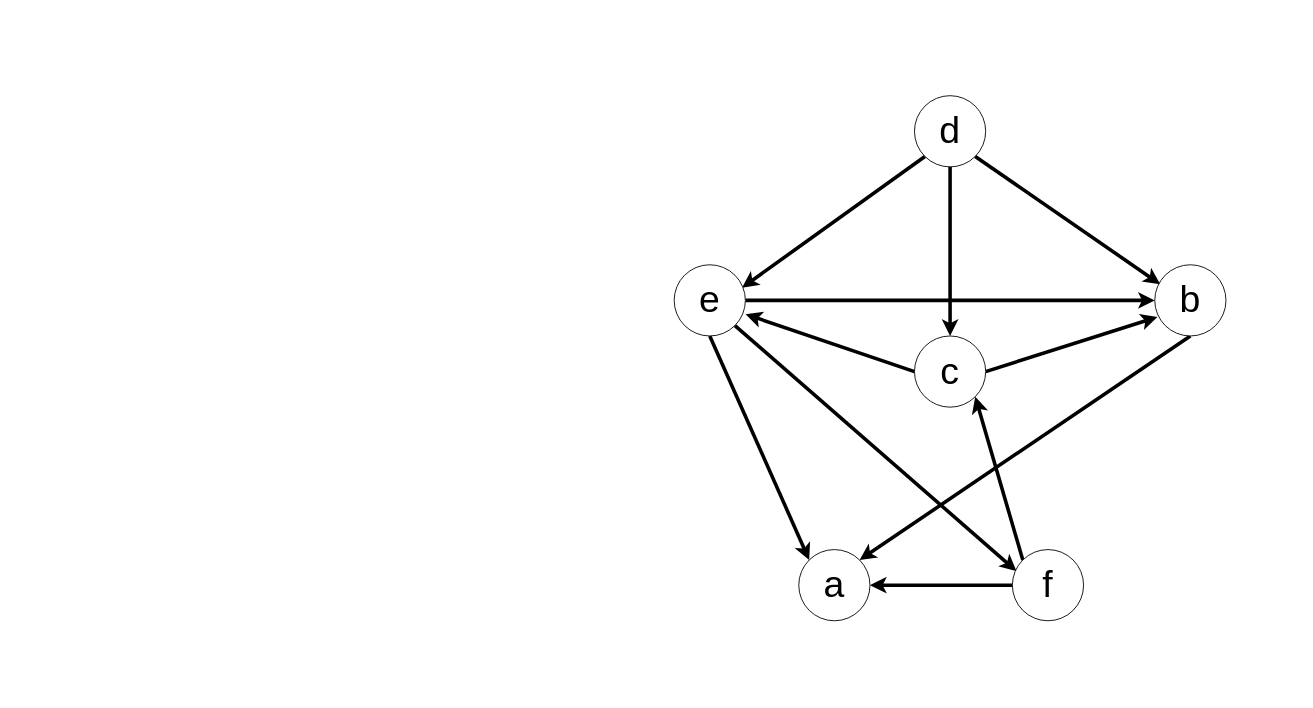
Poopaye-96/Visual_Content keeps this draw.io diagram as Untitled Diagram.drawio. Above is the earlier version. Source tidied: cells renumbered, new cells numbered last; positions are measured from the earlier drawing's top-left corner, leaving out a move shared by most shapes. Both pictures are drawn from the tidied source at 89%, with x=0, y=0 at pixel (674, 95).
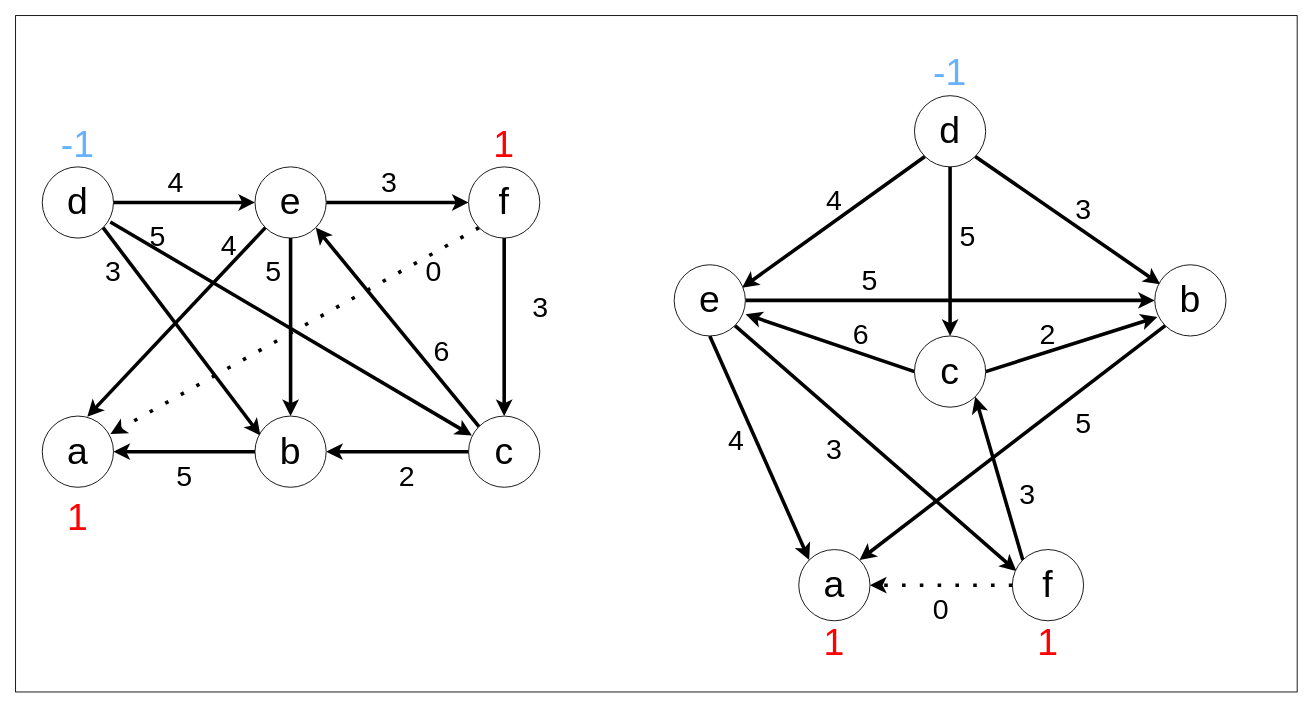
The same page after the edit.

The change refers to these unchanged cells:
```xml
<mxCell id="2" value="&lt;font style=&quot;font-size: 42px&quot;&gt;a&lt;/font&gt;" style="ellipse;whiteSpace=wrap;html=1;" parent="1" vertex="1">
  <mxGeometry x="140" y="510" width="80" height="80" as="geometry" />
</mxCell>
<mxCell id="15" value="&lt;span style=&quot;font-size: 42px&quot;&gt;f&lt;/span&gt;" style="ellipse;whiteSpace=wrap;html=1;" parent="1" vertex="1">
  <mxGeometry x="380" y="510" width="80" height="80" as="geometry" />
</mxCell>
<mxCell id="18" value="&lt;span style=&quot;font-size: 42px&quot;&gt;b&lt;/span&gt;" style="ellipse;whiteSpace=wrap;html=1;" parent="1" vertex="1">
  <mxGeometry x="540" y="190" width="80" height="80" as="geometry" />
</mxCell>
```

Diff of the diagram source:
```diff
@@
-    <mxCell id="3" style="edgeStyle=none;rounded=1;jettySize=auto;html=1;exitX=0.5;exitY=1;exitDx=0;exitDy=0;entryX=1;entryY=0;entryDx=0;entryDy=0;fontSize=42;strokeWidth=4;" parent="1" edge="1" source="18" target="2">
+    <mxCell id="3" style="edgeStyle=none;rounded=1;jettySize=auto;html=1;exitX=0;exitY=1;exitDx=0;exitDy=0;entryX=1;entryY=0;entryDx=0;entryDy=0;fontSize=42;strokeWidth=4;" parent="1" edge="1" source="18" target="2">
       <mxGeometry relative="1" as="geometry" />
     </mxCell>
@@
-    <mxCell id="14" style="edgeStyle=none;jettySize=auto;html=1;exitX=0;exitY=0.5;exitDx=0;exitDy=0;entryX=1;entryY=0.5;entryDx=0;entryDy=0;fontSize=42;strokeWidth=4;" parent="1" edge="1" source="15" target="2">
+    <mxCell id="14" style="edgeStyle=none;jettySize=auto;html=1;exitX=0;exitY=0.5;exitDx=0;exitDy=0;entryX=1;entryY=0.5;entryDx=0;entryDy=0;fontSize=42;strokeWidth=4;dashed=1;dashPattern=1 4;" parent="1" edge="1" source="15" target="2">
       <mxGeometry relative="1" as="geometry" />
     </mxCell>
@@
+    <mxCell id="19" value="&lt;font style=&quot;font-size: 42px&quot;&gt;a&lt;/font&gt;" style="ellipse;whiteSpace=wrap;html=1;" parent="1" vertex="1">
+      <mxGeometry x="-710" y="360" width="80" height="80" as="geometry" />
+    </mxCell>
+    <mxCell id="20" style="edgeStyle=none;rounded=1;jettySize=auto;html=1;exitX=0;exitY=0.5;exitDx=0;exitDy=0;entryX=1;entryY=0.5;entryDx=0;entryDy=0;fontSize=42;strokeWidth=4;" parent="1" edge="1" source="35" target="19">
+      <mxGeometry relative="1" as="geometry" />
+    </mxCell>
+    <mxCell id="21" style="rounded=0;jettySize=auto;html=1;fontSize=42;strokeWidth=4;exitX=0;exitY=0.5;exitDx=0;exitDy=0;entryX=1;entryY=0.5;entryDx=0;entryDy=0;" parent="1" edge="1" source="23" target="35">
+      <mxGeometry relative="1" as="geometry" />
+    </mxCell>
+    <mxCell id="22" style="rounded=1;jettySize=auto;html=1;exitX=0;exitY=0;exitDx=0;exitDy=0;fontSize=42;strokeWidth=4;entryX=1;entryY=1;entryDx=0;entryDy=0;" parent="1" edge="1" source="23" target="29">
+      <mxGeometry relative="1" as="geometry" />
+    </mxCell>
+    <mxCell id="23" value="&lt;span style=&quot;font-size: 42px&quot;&gt;c&lt;/span&gt;" style="ellipse;whiteSpace=wrap;html=1;" parent="1" vertex="1">
+      <mxGeometry x="-231" y="360" width="80" height="80" as="geometry" />
+    </mxCell>
+    <mxCell id="24" style="jettySize=auto;html=1;exitX=1;exitY=0.5;exitDx=0;exitDy=0;fontSize=42;strokeWidth=4;entryX=0;entryY=0.5;entryDx=0;entryDy=0;" parent="1" edge="1" source="25" target="29">
+      <mxGeometry relative="1" as="geometry" />
+    </mxCell>
+    <mxCell id="25" value="&lt;span style=&quot;font-size: 42px&quot;&gt;d&lt;/span&gt;" style="ellipse;whiteSpace=wrap;html=1;" parent="1" vertex="1">
+      <mxGeometry x="-710" y="80" width="80" height="80" as="geometry" />
+    </mxCell>
+    <mxCell id="26" style="edgeStyle=orthogonalEdgeStyle;rounded=0;jettySize=auto;html=1;exitX=0.5;exitY=1;exitDx=0;exitDy=0;entryX=0.5;entryY=0;entryDx=0;entryDy=0;fontSize=42;strokeWidth=4;" parent="1" edge="1" source="29" target="35">
+      <mxGeometry relative="1" as="geometry" />
+    </mxCell>
+    <mxCell id="27" style="rounded=0;jettySize=auto;html=1;exitX=1;exitY=0.5;exitDx=0;exitDy=0;fontSize=42;strokeWidth=4;entryX=0;entryY=0.5;entryDx=0;entryDy=0;" parent="1" edge="1" source="29" target="32">
+      <mxGeometry relative="1" as="geometry" />
+    </mxCell>
+    <mxCell id="28" style="edgeStyle=none;rounded=1;jettySize=auto;html=1;exitX=0;exitY=1;exitDx=0;exitDy=0;entryX=0.632;entryY=0.008;entryDx=0;entryDy=0;fontSize=42;strokeWidth=4;entryPerimeter=0;" parent="1" edge="1" source="29" target="19">
+      <mxGeometry relative="1" as="geometry" />
+    </mxCell>
+    <mxCell id="29" value="&lt;span style=&quot;font-size: 42px&quot;&gt;e&lt;/span&gt;" style="ellipse;whiteSpace=wrap;html=1;" parent="1" vertex="1">
+      <mxGeometry x="-471" y="80" width="80" height="80" as="geometry" />
+    </mxCell>
+    <mxCell id="30" style="rounded=0;jettySize=auto;html=1;exitX=0.5;exitY=1;exitDx=0;exitDy=0;entryX=0.5;entryY=0;entryDx=0;entryDy=0;fontSize=42;strokeWidth=4;" parent="1" edge="1" source="32" target="23">
+      <mxGeometry relative="1" as="geometry" />
+    </mxCell>
+    <mxCell id="31" style="edgeStyle=none;jettySize=auto;html=1;exitX=0;exitY=1;exitDx=0;exitDy=0;fontSize=42;strokeWidth=4;entryX=0.956;entryY=0.253;entryDx=0;entryDy=0;entryPerimeter=0;dashed=1;dashPattern=1 4;" parent="1" edge="1" source="32" target="19">
+      <mxGeometry relative="1" as="geometry" />
+    </mxCell>
+    <mxCell id="32" value="&lt;span style=&quot;font-size: 42px&quot;&gt;f&lt;/span&gt;" style="ellipse;whiteSpace=wrap;html=1;" parent="1" vertex="1">
+      <mxGeometry x="-231" y="80" width="80" height="80" as="geometry" />
+    </mxCell>
+    <mxCell id="33" style="endArrow=classic;html=1;rounded=0;fontSize=42;exitX=1;exitY=1;exitDx=0;exitDy=0;strokeWidth=4;entryX=0.076;entryY=0.273;entryDx=0;entryDy=0;entryPerimeter=0;" parent="1" edge="1" source="25" target="35">
+      <mxGeometry relative="1" as="geometry" />
+    </mxCell>
+    <mxCell id="34" style="endArrow=classic;html=1;rounded=0;fontSize=42;strokeWidth=4;entryX=0.047;entryY=0.273;entryDx=0;entryDy=0;exitX=0.956;exitY=0.773;exitDx=0;exitDy=0;exitPerimeter=0;entryPerimeter=0;" parent="1" edge="1" source="25" target="23">
+      <mxGeometry relative="1" as="geometry" />
+    </mxCell>
+    <mxCell id="35" value="&lt;span style=&quot;font-size: 42px&quot;&gt;b&lt;/span&gt;" style="ellipse;whiteSpace=wrap;html=1;" parent="1" vertex="1">
+      <mxGeometry x="-471" y="360" width="80" height="80" as="geometry" />
+    </mxCell>
+    <mxCell id="36" value="&lt;font color=&quot;#66b2ff&quot;&gt;-1&lt;/font&gt;" style="text;html=1;strokeColor=none;fillColor=none;align=center;verticalAlign=middle;whiteSpace=wrap;rounded=0;fontSize=42;" parent="1" vertex="1">
+      <mxGeometry x="-700" y="40" width="60" height="30" as="geometry" />
+    </mxCell>
+    <mxCell id="37" value="&lt;font color=&quot;#ff0000&quot;&gt;1&lt;/font&gt;" style="text;html=1;strokeColor=none;fillColor=none;align=center;verticalAlign=middle;whiteSpace=wrap;rounded=0;fontSize=42;" parent="1" vertex="1">
+      <mxGeometry x="-221" y="40" width="60" height="30" as="geometry" />
+    </mxCell>
+    <mxCell id="38" value="&lt;font color=&quot;#ff0000&quot;&gt;1&lt;/font&gt;" style="text;html=1;strokeColor=none;fillColor=none;align=center;verticalAlign=middle;whiteSpace=wrap;rounded=0;fontSize=42;" parent="1" vertex="1">
+      <mxGeometry x="-700" y="460" width="60" height="30" as="geometry" />
+    </mxCell>
+    <mxCell id="39" value="&lt;font style=&quot;font-size: 32px&quot;&gt;0&lt;/font&gt;" style="text;html=1;strokeColor=none;fillColor=none;align=center;verticalAlign=middle;whiteSpace=wrap;rounded=0;fontSize=42;" parent="1" vertex="1">
+      <mxGeometry x="-300" y="180" width="60" height="30" as="geometry" />
+    </mxCell>
+    <mxCell id="40" value="&lt;font style=&quot;font-size: 32px&quot;&gt;3&lt;/font&gt;" style="text;html=1;strokeColor=none;fillColor=none;align=center;verticalAlign=middle;whiteSpace=wrap;rounded=0;fontSize=42;" parent="1" vertex="1">
+      <mxGeometry x="-350" y="80" width="60" height="30" as="geometry" />
+    </mxCell>
+    <mxCell id="41" value="&lt;font style=&quot;font-size: 32px&quot;&gt;3&lt;/font&gt;" style="text;html=1;strokeColor=none;fillColor=none;align=center;verticalAlign=middle;whiteSpace=wrap;rounded=0;fontSize=42;" parent="1" vertex="1">
+      <mxGeometry x="-180" y="220" width="60" height="30" as="geometry" />
+    </mxCell>
+    <mxCell id="42" value="&lt;font style=&quot;font-size: 32px&quot;&gt;6&lt;/font&gt;" style="text;html=1;strokeColor=none;fillColor=none;align=center;verticalAlign=middle;whiteSpace=wrap;rounded=0;fontSize=42;" parent="1" vertex="1">
+      <mxGeometry x="-291" y="270" width="60" height="30" as="geometry" />
+    </mxCell>
+    <mxCell id="43" value="&lt;font style=&quot;font-size: 32px&quot;&gt;5&lt;/font&gt;" style="text;html=1;strokeColor=none;fillColor=none;align=center;verticalAlign=middle;whiteSpace=wrap;rounded=0;fontSize=42;" parent="1" vertex="1">
+      <mxGeometry x="-610" y="140" width="60" height="30" as="geometry" />
+    </mxCell>
+    <mxCell id="44" value="&lt;font style=&quot;font-size: 32px&quot;&gt;4&lt;/font&gt;" style="text;html=1;strokeColor=none;fillColor=none;align=center;verticalAlign=middle;whiteSpace=wrap;rounded=0;fontSize=42;" parent="1" vertex="1">
+      <mxGeometry x="-590" y="80" width="60" height="30" as="geometry" />
+    </mxCell>
+    <mxCell id="45" value="&lt;font style=&quot;font-size: 32px&quot;&gt;3&lt;/font&gt;" style="text;html=1;strokeColor=none;fillColor=none;align=center;verticalAlign=middle;whiteSpace=wrap;rounded=0;fontSize=42;" parent="1" vertex="1">
+      <mxGeometry x="-660" y="180" width="60" height="30" as="geometry" />
+    </mxCell>
+    <mxCell id="46" value="&lt;font style=&quot;font-size: 32px&quot;&gt;4&lt;/font&gt;" style="text;html=1;strokeColor=none;fillColor=none;align=center;verticalAlign=middle;whiteSpace=wrap;rounded=0;fontSize=42;" parent="1" vertex="1">
+      <mxGeometry x="-530" y="150" width="60" height="30" as="geometry" />
+    </mxCell>
+    <mxCell id="47" value="&lt;font style=&quot;font-size: 32px&quot;&gt;5&lt;/font&gt;" style="text;html=1;strokeColor=none;fillColor=none;align=center;verticalAlign=middle;whiteSpace=wrap;rounded=0;fontSize=42;" parent="1" vertex="1">
+      <mxGeometry x="-480" y="180" width="60" height="30" as="geometry" />
+    </mxCell>
+    <mxCell id="48" value="&lt;font style=&quot;font-size: 32px&quot;&gt;5&lt;/font&gt;" style="text;html=1;strokeColor=none;fillColor=none;align=center;verticalAlign=middle;whiteSpace=wrap;rounded=0;fontSize=42;" parent="1" vertex="1">
+      <mxGeometry x="-580" y="410" width="60" height="30" as="geometry" />
+    </mxCell>
+    <mxCell id="49" value="&lt;font style=&quot;font-size: 32px&quot;&gt;2&lt;/font&gt;" style="text;html=1;strokeColor=none;fillColor=none;align=center;verticalAlign=middle;whiteSpace=wrap;rounded=0;fontSize=42;" parent="1" vertex="1">
+      <mxGeometry x="-330" y="410" width="60" height="30" as="geometry" />
+    </mxCell>
+    <mxCell id="50" value="&lt;font color=&quot;#66b2ff&quot;&gt;-1&lt;/font&gt;" style="text;html=1;strokeColor=none;fillColor=none;align=center;verticalAlign=middle;whiteSpace=wrap;rounded=0;fontSize=42;" parent="1" vertex="1">
+      <mxGeometry x="280" y="-40" width="60" height="30" as="geometry" />
+    </mxCell>
+    <mxCell id="51" value="&lt;font color=&quot;#ff0000&quot;&gt;1&lt;/font&gt;" style="text;html=1;strokeColor=none;fillColor=none;align=center;verticalAlign=middle;whiteSpace=wrap;rounded=0;fontSize=42;" parent="1" vertex="1">
+      <mxGeometry x="150" y="600" width="60" height="30" as="geometry" />
+    </mxCell>
+    <mxCell id="52" value="&lt;font color=&quot;#ff0000&quot;&gt;1&lt;/font&gt;" style="text;html=1;strokeColor=none;fillColor=none;align=center;verticalAlign=middle;whiteSpace=wrap;rounded=0;fontSize=42;" parent="1" vertex="1">
+      <mxGeometry x="390" y="600" width="60" height="30" as="geometry" />
+    </mxCell>
+    <mxCell id="53" value="&lt;font style=&quot;font-size: 32px&quot;&gt;4&lt;/font&gt;" style="text;html=1;strokeColor=none;fillColor=none;align=center;verticalAlign=middle;whiteSpace=wrap;rounded=0;fontSize=42;" parent="1" vertex="1">
+      <mxGeometry x="150" y="100" width="60" height="30" as="geometry" />
+    </mxCell>
+    <mxCell id="54" value="&lt;font style=&quot;font-size: 32px&quot;&gt;5&lt;/font&gt;" style="text;html=1;strokeColor=none;fillColor=none;align=center;verticalAlign=middle;whiteSpace=wrap;rounded=0;fontSize=42;" parent="1" vertex="1">
+      <mxGeometry x="300" y="140" width="60" height="30" as="geometry" />
+    </mxCell>
+    <mxCell id="55" value="&lt;font style=&quot;font-size: 32px&quot;&gt;3&lt;/font&gt;" style="text;html=1;strokeColor=none;fillColor=none;align=center;verticalAlign=middle;whiteSpace=wrap;rounded=0;fontSize=42;" parent="1" vertex="1">
+      <mxGeometry x="430" y="110" width="60" height="30" as="geometry" />
+    </mxCell>
+    <mxCell id="56" value="&lt;font style=&quot;font-size: 32px&quot;&gt;4&lt;/font&gt;" style="text;html=1;strokeColor=none;fillColor=none;align=center;verticalAlign=middle;whiteSpace=wrap;rounded=0;fontSize=42;" parent="1" vertex="1">
+      <mxGeometry x="40" y="370" width="60" height="30" as="geometry" />
+    </mxCell>
+    <mxCell id="57" value="&lt;font style=&quot;font-size: 32px&quot;&gt;3&lt;/font&gt;" style="text;html=1;strokeColor=none;fillColor=none;align=center;verticalAlign=middle;whiteSpace=wrap;rounded=0;fontSize=42;" parent="1" vertex="1">
+      <mxGeometry x="150" y="380" width="60" height="30" as="geometry" />
+    </mxCell>
+    <mxCell id="58" value="&lt;font style=&quot;font-size: 32px&quot;&gt;5&lt;/font&gt;" style="text;html=1;strokeColor=none;fillColor=none;align=center;verticalAlign=middle;whiteSpace=wrap;rounded=0;fontSize=42;" parent="1" vertex="1">
+      <mxGeometry x="190" y="190" width="60" height="30" as="geometry" />
+    </mxCell>
+    <mxCell id="59" value="&lt;font style=&quot;font-size: 32px&quot;&gt;6&lt;/font&gt;" style="text;html=1;strokeColor=none;fillColor=none;align=center;verticalAlign=middle;whiteSpace=wrap;rounded=0;fontSize=42;" parent="1" vertex="1">
+      <mxGeometry x="180" y="250" width="60" height="30" as="geometry" />
+    </mxCell>
+    <mxCell id="60" value="&lt;font style=&quot;font-size: 32px&quot;&gt;2&lt;/font&gt;" style="text;html=1;strokeColor=none;fillColor=none;align=center;verticalAlign=middle;whiteSpace=wrap;rounded=0;fontSize=42;" parent="1" vertex="1">
+      <mxGeometry x="390" y="250" width="60" height="30" as="geometry" />
+    </mxCell>
+    <mxCell id="61" value="&lt;font style=&quot;font-size: 32px&quot;&gt;5&lt;/font&gt;" style="text;html=1;strokeColor=none;fillColor=none;align=center;verticalAlign=middle;whiteSpace=wrap;rounded=0;fontSize=42;" parent="1" vertex="1">
+      <mxGeometry x="430" y="350" width="60" height="30" as="geometry" />
+    </mxCell>
+    <mxCell id="62" value="&lt;font style=&quot;font-size: 32px&quot;&gt;3&lt;/font&gt;" style="text;html=1;strokeColor=none;fillColor=none;align=center;verticalAlign=middle;whiteSpace=wrap;rounded=0;fontSize=42;" parent="1" vertex="1">
+      <mxGeometry x="367" y="430" width="60" height="30" as="geometry" />
+    </mxCell>
+    <mxCell id="63" value="&lt;font style=&quot;font-size: 32px&quot;&gt;0&lt;/font&gt;" style="text;html=1;strokeColor=none;fillColor=none;align=center;verticalAlign=middle;whiteSpace=wrap;rounded=0;fontSize=42;" parent="1" vertex="1">
+      <mxGeometry x="270" y="560" width="60" height="30" as="geometry" />
+    </mxCell>
+    <mxCell id="64" style="rounded=0;whiteSpace=wrap;html=1;fontSize=32;fontColor=#000000;fillColor=none;" parent="1" vertex="1">
+      <mxGeometry x="-740" y="-90" width="1440" height="760" as="geometry" />
+    </mxCell>
```
